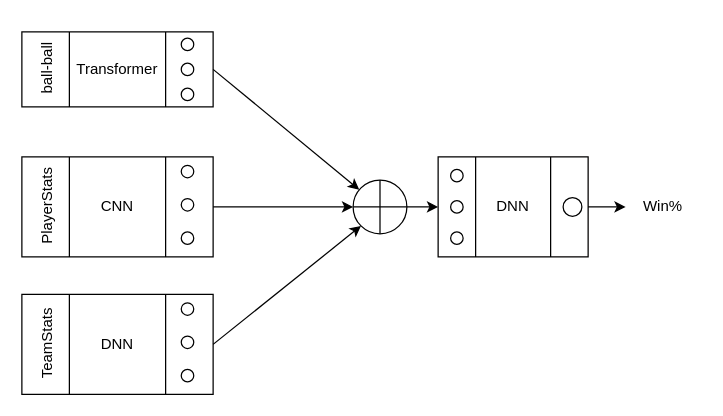
The draw.io diagram public/architectureOverview.drawio in Ravikumarchavva/Cricket-Prediction, before the edit. Source tidied: cells renumbered, new cells numbered last; positions are measured from the earlier drawing's top-left corner, leaving out a move shared by most shapes. Both pictures are drawn from the tidied source at 125%, with x=0, y=0 at pixel (-1, 31).
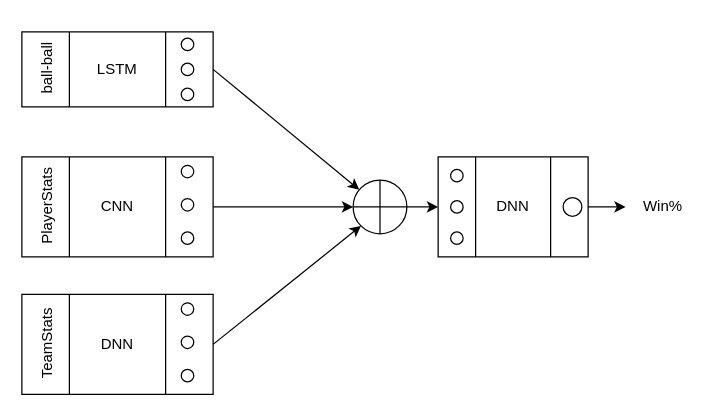
After the change.

What changed in the source:
```diff
@@
-<mxGraphModel background="#FFFFFF">
+<mxGraphModel background="#ffffff">
@@
-    <mxCell id="2" style="group;" parent="1" vertex="1">
+    <mxCell id="2" style="group;labelBackgroundColor=none;" parent="1" vertex="1">
       <mxGeometry x="18" width="153" height="60" as="geometry" />
     </mxCell>
@@
-    <mxCell id="4" value="Transformer" style="text;html=1;strokeColor=none;fillColor=none;align=center;verticalAlign=middle;whiteSpace=wrap;rounded=0;" parent="2" vertex="1">
+    <mxCell id="4" value="LSTM" style="text;html=1;strokeColor=none;fillColor=none;align=center;verticalAlign=middle;whiteSpace=wrap;rounded=0;" parent="2" vertex="1">
       <mxGeometry x="38.2" y="15" width="76.5" height="30" as="geometry" />
     </mxCell>
```
